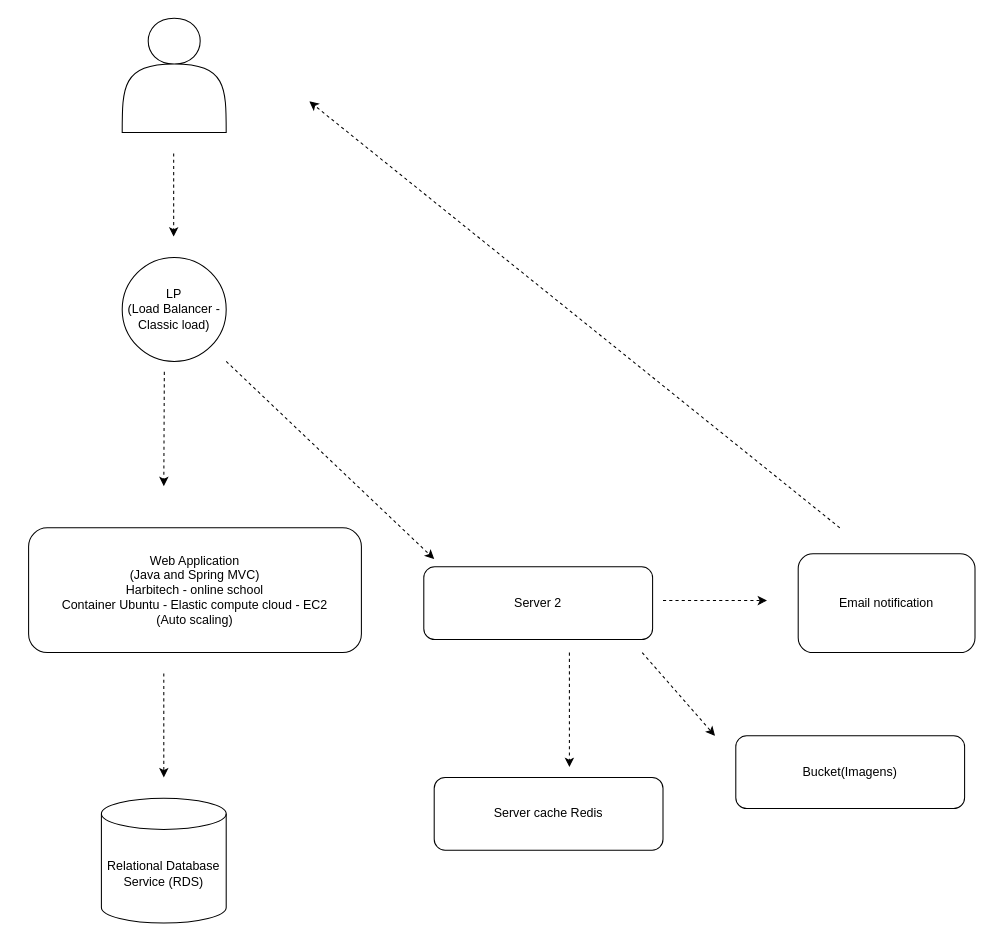
The draw.io diagram Untitled Diagram.drawio in mariasantosdev/harbitech, before the edit. Source tidied: cells renumbered, new cells numbered last; positions are measured from the earlier drawing's top-left corner, leaving out a move shared by most shapes. Both pictures are drawn from the tidied source at 104%, with x=0, y=0 at pixel (28, 18).
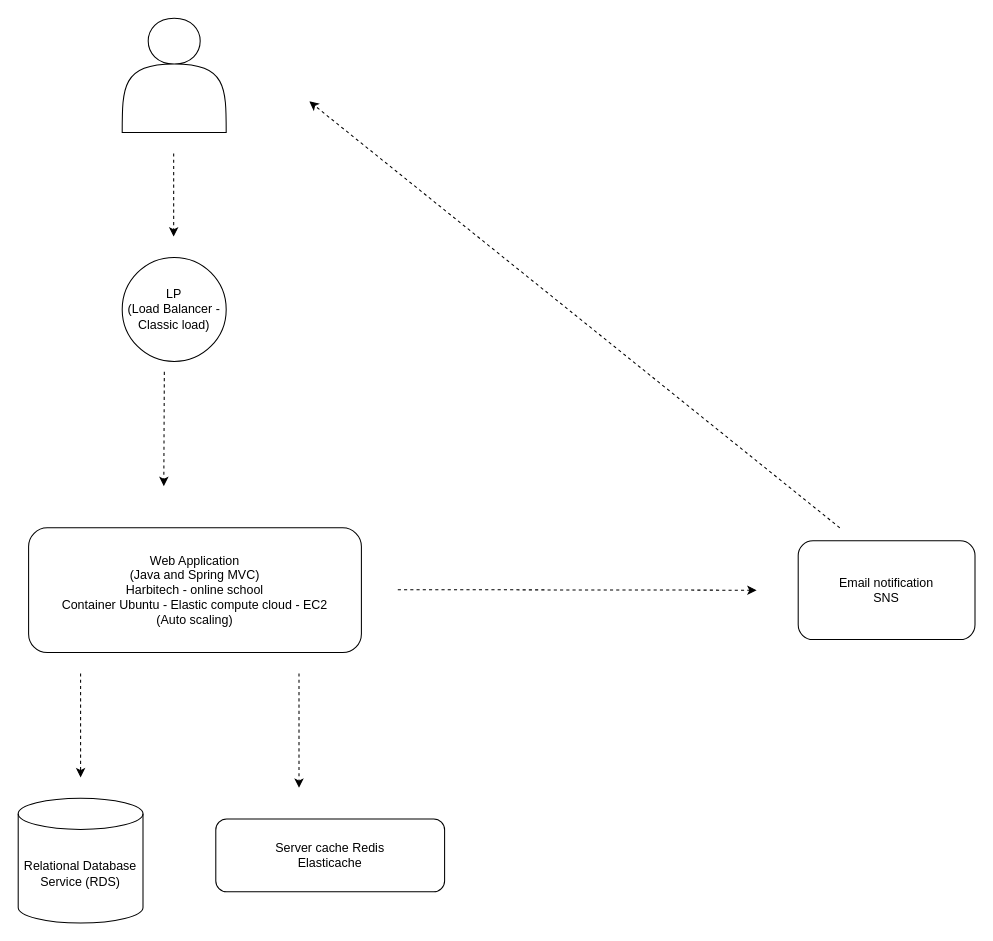
After the change.

Commit message:
algumas modificações

Diff of the diagram source:
```diff
@@
-    <mxCell id="7" value="Server 2" style="rounded=1;whiteSpace=wrap;html=1;" parent="1" vertex="1">
-      <mxGeometry x="380" y="527.5" width="220" height="70" as="geometry" />
-    </mxCell>
-    <mxCell id="8" value="&lt;div&gt;Bucket(Imagens)&lt;/div&gt;" style="rounded=1;whiteSpace=wrap;html=1;" parent="1" vertex="1">
-      <mxGeometry x="680" y="690" width="220" height="70" as="geometry" />
-    </mxCell>
     <mxCell id="9" style="html=1;labelBackgroundColor=#ffffff;startArrow=none;startFill=0;startSize=6;endArrow=classic;endFill=1;endSize=6;jettySize=auto;orthogonalLoop=1;strokeWidth=1;dashed=1;fontSize=14;" parent="1" edge="1">
       <mxGeometry relative="1" as="geometry">
-        <mxPoint x="130" y="630" as="sourcePoint" />
-        <mxPoint x="130" y="730" as="targetPoint" />
+        <mxPoint x="50" y="630" as="sourcePoint" />
+        <mxPoint x="50" y="730" as="targetPoint" />
       </mxGeometry>
     </mxCell>
     <mxCell id="10" value="&lt;div&gt;Relational Database Service (RDS)&lt;br&gt;&lt;/div&gt;" style="shape=cylinder3;whiteSpace=wrap;html=1;boundedLbl=1;backgroundOutline=1;size=15;" parent="1" vertex="1">
-      <mxGeometry x="70" y="750" width="120" height="120" as="geometry" />
+      <mxGeometry x="-10" y="750" width="120" height="120" as="geometry" />
     </mxCell>
     <mxCell id="11" style="html=1;labelBackgroundColor=#ffffff;startArrow=none;startFill=0;startSize=6;endArrow=classic;endFill=1;endSize=6;jettySize=auto;orthogonalLoop=1;strokeWidth=1;dashed=1;fontSize=14;" parent="1" edge="1">
       <mxGeometry relative="1" as="geometry">
-        <mxPoint x="520" y="610" as="sourcePoint" />
-        <mxPoint x="520" y="720" as="targetPoint" />
+        <mxPoint x="260" y="630" as="sourcePoint" />
+        <mxPoint x="260" y="740" as="targetPoint" />
       </mxGeometry>
     </mxCell>
-    <mxCell id="12" style="html=1;labelBackgroundColor=#ffffff;startArrow=none;startFill=0;startSize=6;endArrow=classic;endFill=1;endSize=6;jettySize=auto;orthogonalLoop=1;strokeWidth=1;dashed=1;fontSize=14;" parent="1" edge="1">
-      <mxGeometry relative="1" as="geometry">
-        <mxPoint x="190" y="330" as="sourcePoint" />
-        <mxPoint x="390" y="520" as="targetPoint" />
-      </mxGeometry>
-    </mxCell>
-    <mxCell id="13" value="Server cache Redis" style="rounded=1;whiteSpace=wrap;html=1;" parent="1" vertex="1">
-      <mxGeometry x="390" y="730" width="220" height="70" as="geometry" />
+    <mxCell id="13" value="&lt;div&gt;Server cache Redis&lt;/div&gt;&lt;div&gt;Elasticache&lt;br&gt;&lt;/div&gt;" style="rounded=1;whiteSpace=wrap;html=1;" parent="1" vertex="1">
+      <mxGeometry x="180" y="770" width="220" height="70" as="geometry" />
     </mxCell>
-    <mxCell id="14" value="Email notification" style="rounded=1;whiteSpace=wrap;html=1;" parent="1" vertex="1">
-      <mxGeometry x="740" y="515" width="170" height="95" as="geometry" />
+    <mxCell id="14" value="&lt;div&gt;Email notification&lt;/div&gt;&lt;div&gt;SNS&lt;br&gt;&lt;/div&gt;" style="rounded=1;whiteSpace=wrap;html=1;" parent="1" vertex="1">
+      <mxGeometry x="740" y="502.5" width="170" height="95" as="geometry" />
     </mxCell>
-    <mxCell id="15" style="html=1;labelBackgroundColor=#ffffff;startArrow=none;startFill=0;startSize=6;endArrow=classic;endFill=1;endSize=6;jettySize=auto;orthogonalLoop=1;strokeWidth=1;dashed=1;fontSize=14;" parent="1" edge="1">
-      <mxGeometry relative="1" as="geometry">
-        <mxPoint x="590" y="610" as="sourcePoint" />
-        <mxPoint x="660" y="690" as="targetPoint" />
-      </mxGeometry>
-    </mxCell>
     <mxCell id="16" style="html=1;labelBackgroundColor=#ffffff;startArrow=none;startFill=0;startSize=6;endArrow=classic;endFill=1;endSize=6;jettySize=auto;orthogonalLoop=1;strokeWidth=1;dashed=1;fontSize=14;" parent="1" edge="1">
       <mxGeometry relative="1" as="geometry">
-        <mxPoint x="610" y="560" as="sourcePoint" />
-        <mxPoint x="710" y="560" as="targetPoint" />
+        <mxPoint x="355" y="549.5" as="sourcePoint" />
+        <mxPoint x="700" y="550" as="targetPoint" />
       </mxGeometry>
     </mxCell>
```
